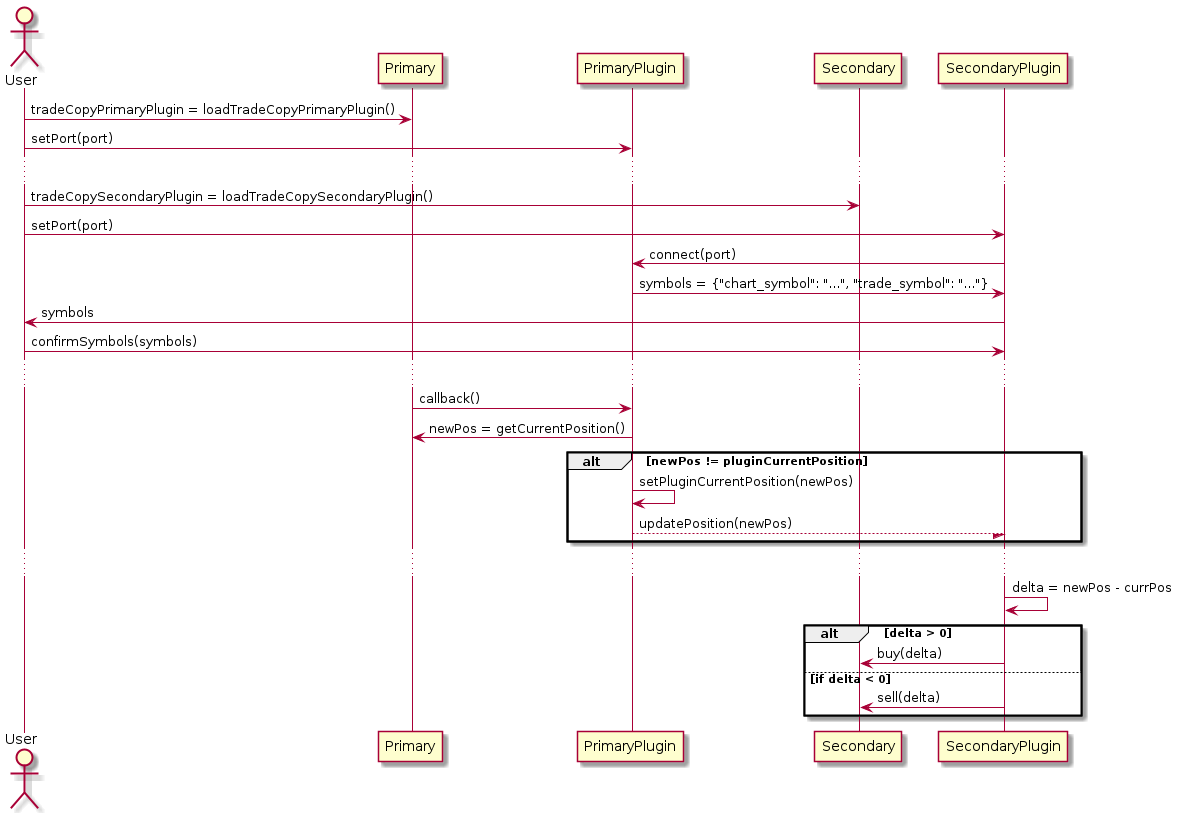
sohailsomani/sc_position_copy keeps this PlantUML diagram as dev/design.png. Above is the earlier version.
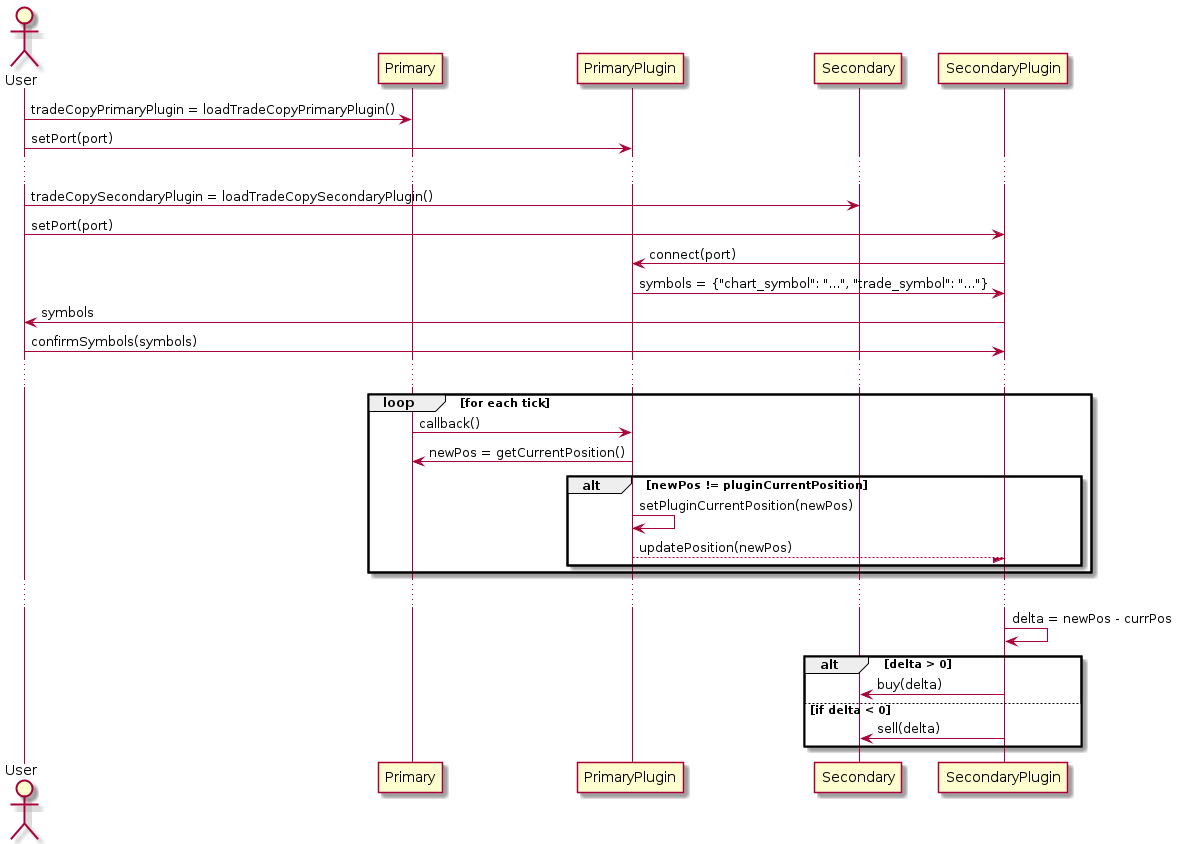
Later version of the same file.

Commit message:
Add market data loop

What changed in the source:
```diff
@@ -16,11 +16,13 @@
 SecondaryPlugin -> User: symbols
 User -> SecondaryPlugin: confirmSymbols(symbols)
 ...
+loop for each tick
 Primary -> PrimaryPlugin: callback()
 PrimaryPlugin -> Primary: newPos = getCurrentPosition()
 alt newPos != pluginCurrentPosition
   PrimaryPlugin -> PrimaryPlugin: setPluginCurrentPosition(newPos)
   PrimaryPlugin --/ SecondaryPlugin: updatePosition(newPos)
+end
 end
 ...
 SecondaryPlugin -> SecondaryPlugin: delta = newPos - currPos
```
